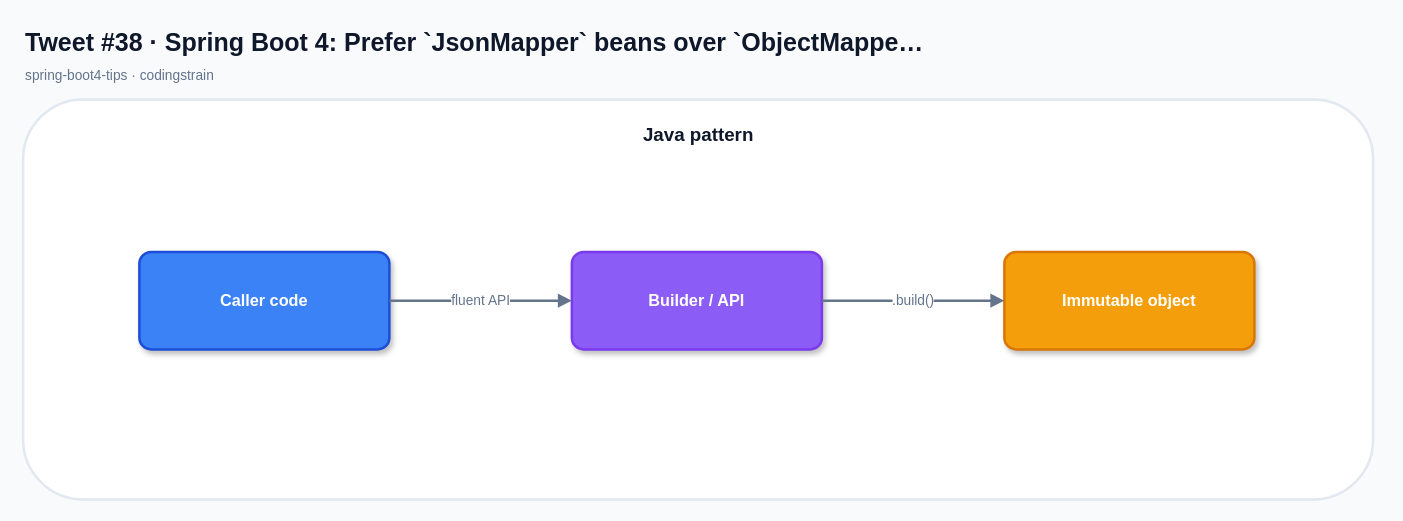
The draw.io diagram x-posts-examples/generated-x-posts/spring-boot4-posts/drawio/tweet-38.drawio in mcasari/codingstrain, before the edit. Source tidied: cells renumbered, new cells numbered last; positions are measured from the earlier drawing's top-left corner, leaving out a move shared by most shapes. Both pictures are drawn from the tidied source at 125%, with x=0, y=0 at pixel (22, 21).
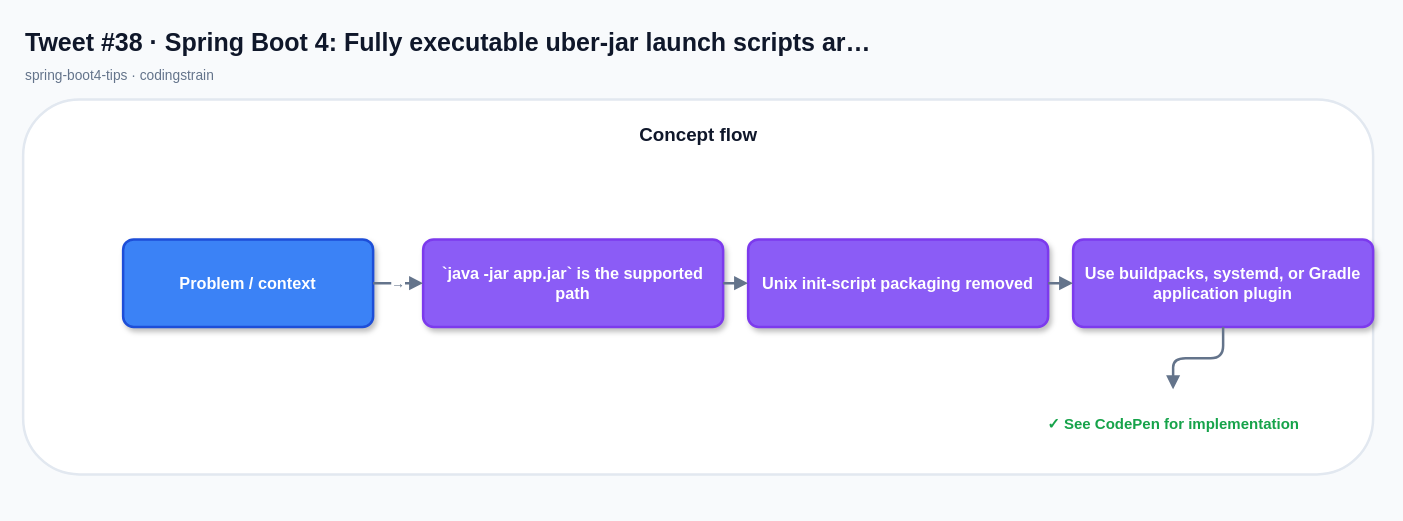
The same page after the edit.

The edit, as a diff of the source:
```diff
@@
 <mxGraphModel background="#F8FAFC">
   <root>
     <mxCell id="0" />
     <mxCell id="1" parent="0" />
-    <mxCell id="2" value="Tweet #38 · Spring Boot 4: Prefer `JsonMapper` beans over `ObjectMappe…" style="text;html=1;strokeColor=none;fillColor=none;align=left;verticalAlign=middle;fontSize=20;fontStyle=1;fontColor=#0F172A;" parent="1" vertex="1">
+    <mxCell id="2" value="Tweet #38 · Spring Boot 4: Fully executable uber-jar launch scripts ar…" style="text;html=1;strokeColor=none;fillColor=none;align=left;verticalAlign=middle;fontSize=20;fontStyle=1;fontColor=#0F172A;" parent="1" vertex="1">
       <mxGeometry width="760" height="32" as="geometry" />
     </mxCell>
     <mxCell id="3" value="spring-boot4-tips · codingstrain" style="text;html=1;strokeColor=none;fillColor=none;align=left;verticalAlign=middle;fontSize=11;fontStyle=0;fontColor=#64748B;" parent="1" vertex="1">
       <mxGeometry y="32" width="520" height="22" as="geometry" />
     </mxCell>
     <mxCell id="4" style="rounded=1;fillColor=#FFFFFF;strokeColor=#E2E8F0;strokeWidth=2;shadow=0;" parent="1" vertex="1">
-      <mxGeometry y="62" width="1080" height="320" as="geometry" />
+      <mxGeometry y="62" width="1080" height="300" as="geometry" />
     </mxCell>
-    <mxCell id="5" value="Java pattern" style="text;html=1;strokeColor=none;fillColor=none;align=center;verticalAlign=middle;fontSize=15;fontStyle=1;fontColor=#0F172A;" parent="1" vertex="1">
+    <mxCell id="5" value="Concept flow" style="text;html=1;strokeColor=none;fillColor=none;align=center;verticalAlign=middle;fontSize=15;fontStyle=1;fontColor=#0F172A;" parent="1" vertex="1">
       <mxGeometry x="20" y="76" width="1040" height="28" as="geometry" />
     </mxCell>
-    <mxCell id="6" value="Caller code" style="rounded=1;whiteSpace=wrap;html=1;arcSize=12;fillColor=#3B82F6;strokeColor=#1D4ED8;strokeWidth=2;fontColor=#FFFFFF;fontSize=13;fontStyle=1;shadow=1;align=center;verticalAlign=middle;" parent="1" vertex="1">
-      <mxGeometry x="93" y="184" width="200" height="78" as="geometry" />
+    <mxCell id="6" value="Problem / context" style="rounded=1;whiteSpace=wrap;html=1;arcSize=12;fillColor=#3B82F6;strokeColor=#1D4ED8;strokeWidth=2;fontColor=#FFFFFF;fontSize=13;fontStyle=1;shadow=1;align=center;verticalAlign=middle;" parent="1" vertex="1">
+      <mxGeometry x="80" y="174" width="200" height="70" as="geometry" />
     </mxCell>
-    <mxCell id="7" value="Builder / API" style="rounded=1;whiteSpace=wrap;html=1;arcSize=12;fillColor=#8B5CF6;strokeColor=#7C3AED;strokeWidth=2;fontColor=#FFFFFF;fontSize=13;fontStyle=1;shadow=1;align=center;verticalAlign=middle;" parent="1" vertex="1">
-      <mxGeometry x="439" y="184" width="200" height="78" as="geometry" />
+    <mxCell id="7" value="`java -jar app.jar` is the supported path" style="rounded=1;whiteSpace=wrap;html=1;arcSize=12;fillColor=#8B5CF6;strokeColor=#7C3AED;strokeWidth=2;fontColor=#FFFFFF;fontSize=13;fontStyle=1;shadow=1;align=center;verticalAlign=middle;" parent="1" vertex="1">
+      <mxGeometry x="320" y="174" width="240" height="70" as="geometry" />
     </mxCell>
-    <mxCell id="8" value="Immutable object" style="rounded=1;whiteSpace=wrap;html=1;arcSize=12;fillColor=#F59E0B;strokeColor=#D97706;strokeWidth=2;fontColor=#FFFFFF;fontSize=13;fontStyle=1;shadow=1;align=center;verticalAlign=middle;" parent="1" vertex="1">
-      <mxGeometry x="785" y="184" width="200" height="78" as="geometry" />
+    <mxCell id="8" value="→" style="edgeStyle=orthogonalEdgeStyle;rounded=1;jettySize=auto;html=1;endArrow=block;endFill=1;startArrow=none;strokeColor=#64748B;strokeWidth=2;fontColor=#64748B;fontSize=11;" parent="1" edge="1" source="6" target="7">
+      <mxGeometry relative="1" as="geometry" />
     </mxCell>
-    <mxCell id="9" value="fluent API" style="edgeStyle=orthogonalEdgeStyle;rounded=1;jettySize=auto;html=1;endArrow=block;endFill=1;startArrow=none;strokeColor=#64748B;strokeWidth=2;fontColor=#64748B;fontSize=11;" parent="1" edge="1" source="6" target="7">
-      <mxGeometry relative="1" as="geometry" />
+    <mxCell id="9" value="Unix init-script packaging removed" style="rounded=1;whiteSpace=wrap;html=1;arcSize=12;fillColor=#8B5CF6;strokeColor=#7C3AED;strokeWidth=2;fontColor=#FFFFFF;fontSize=13;fontStyle=1;shadow=1;align=center;verticalAlign=middle;" parent="1" vertex="1">
+      <mxGeometry x="580" y="174" width="240" height="70" as="geometry" />
     </mxCell>
-    <mxCell id="10" value=".build()" style="edgeStyle=orthogonalEdgeStyle;rounded=1;jettySize=auto;html=1;endArrow=block;endFill=1;startArrow=none;strokeColor=#64748B;strokeWidth=2;fontColor=#64748B;fontSize=11;" parent="1" edge="1" source="7" target="8">
+    <mxCell id="10" style="edgeStyle=orthogonalEdgeStyle;rounded=1;jettySize=auto;html=1;endArrow=block;endFill=1;startArrow=none;strokeColor=#64748B;strokeWidth=2;fontColor=#64748B;fontSize=11;" parent="1" edge="1" source="7" target="9">
       <mxGeometry relative="1" as="geometry" />
     </mxCell>
+    <mxCell id="11" value="Use buildpacks, systemd, or Gradle application plugin" style="rounded=1;whiteSpace=wrap;html=1;arcSize=12;fillColor=#8B5CF6;strokeColor=#7C3AED;strokeWidth=2;fontColor=#FFFFFF;fontSize=13;fontStyle=1;shadow=1;align=center;verticalAlign=middle;" parent="1" vertex="1">
+      <mxGeometry x="840" y="174" width="240" height="70" as="geometry" />
+    </mxCell>
+    <mxCell id="12" style="edgeStyle=orthogonalEdgeStyle;rounded=1;jettySize=auto;html=1;endArrow=block;endFill=1;startArrow=none;strokeColor=#64748B;strokeWidth=2;fontColor=#64748B;fontSize=11;" parent="1" edge="1" source="9" target="11">
+      <mxGeometry relative="1" as="geometry" />
+    </mxCell>
+    <mxCell id="13" value="✓ See CodePen for implementation" style="text;html=1;strokeColor=none;fillColor=none;align=center;verticalAlign=middle;fontSize=12;fontStyle=1;fontColor=#16A34A;" parent="1" vertex="1">
+      <mxGeometry x="800" y="294" width="240" height="56" as="geometry" />
+    </mxCell>
+    <mxCell id="14" style="edgeStyle=orthogonalEdgeStyle;rounded=1;jettySize=auto;html=1;endArrow=block;endFill=1;startArrow=none;strokeColor=#64748B;strokeWidth=2;fontColor=#64748B;fontSize=11;" parent="1" edge="1" source="11" target="13">
+      <mxGeometry relative="1" as="geometry" />
+    </mxCell>
   </root>
 </mxGraphModel>
```
